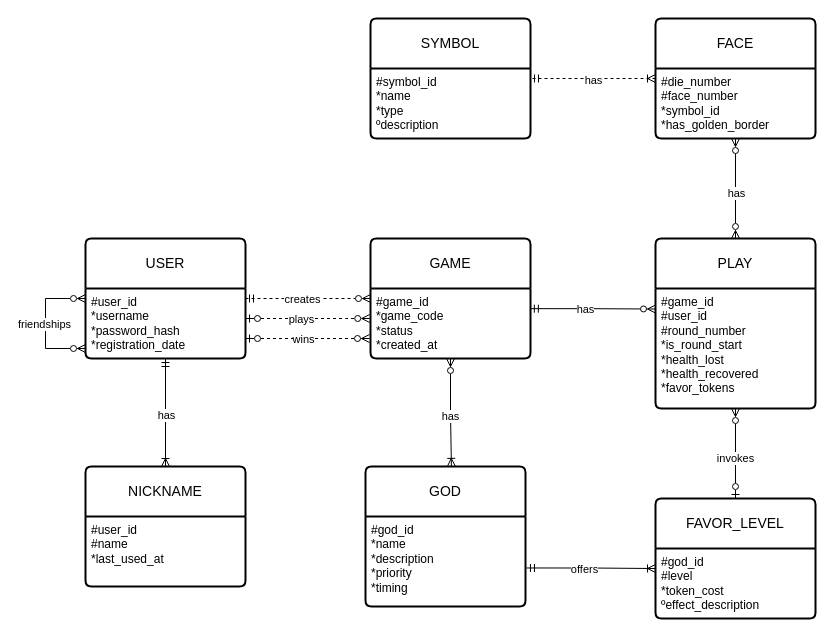
Above: page "orlog-modelo-er" (1 of 2) of diagrams/modelado-proyecto-orlog.drawio in observadoro/mer (draw.io), before the change. Source tidied: cells renumbered, new cells numbered last; positions are measured from the earlier drawing's top-left corner, leaving out a move shared by most shapes. Both pictures are drawn from the tidied source at 100%, with x=0, y=0 at pixel (45, 18).
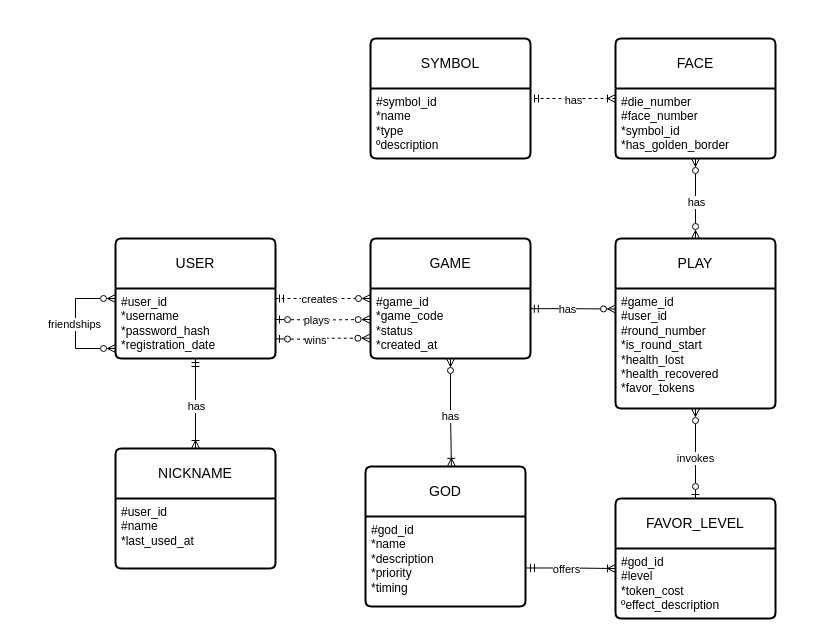
The same diagram, later.

Commit message:
Se actualizó dimensiones.

The change refers to these unchanged cells:
```xml
<mxCell id="9" value="#game_id&lt;div&gt;*game_code&lt;br&gt;&lt;div&gt;*status&lt;/div&gt;&lt;div&gt;*created_at&lt;/div&gt;&lt;div&gt;&lt;br&gt;&lt;/div&gt;&lt;/div&gt;" style="align=left;strokeColor=none;fillColor=none;spacingLeft=4;spacingRight=4;fontSize=12;verticalAlign=top;html=1;whiteSpace=wrap;" parent="8" vertex="1">
  <mxGeometry y="50" width="160" height="70" as="geometry" />
</mxCell>
```

Change to the diagram source:
```diff
@@
     <mxCell id="4" value="USER" style="swimlane;horizontal=1;startSize=50;rounded=1;fontSize=14;fontStyle=0;strokeWidth=2;shadow=0;dashed=0;align=center;arcSize=4;whiteSpace=wrap;html=1;" parent="1" vertex="1">
-      <mxGeometry x="40" y="220" width="160" height="120" as="geometry" />
+      <mxGeometry x="70" y="220" width="160" height="120" as="geometry" />
     </mxCell>
@@
     <mxCell id="14" value="SYMBOL" style="swimlane;horizontal=1;startSize=50;rounded=1;fontSize=14;fontStyle=0;strokeWidth=2;shadow=0;dashed=0;align=center;arcSize=4;whiteSpace=wrap;html=1;" parent="1" vertex="1">
-      <mxGeometry x="325" width="160" height="120" as="geometry" />
+      <mxGeometry x="325" y="20" width="160" height="120" as="geometry" />
     </mxCell>
@@
     <mxCell id="18" value="FAVOR_LEVEL" style="swimlane;horizontal=1;startSize=50;rounded=1;fontSize=14;fontStyle=0;strokeWidth=2;shadow=0;dashed=0;align=center;arcSize=4;whiteSpace=wrap;html=1;" parent="1" vertex="1">
-      <mxGeometry x="610" y="480" width="160" height="120" as="geometry" />
+      <mxGeometry x="570" y="480" width="160" height="120" as="geometry" />
     </mxCell>
@@
     <mxCell id="20" value="NICKNAME" style="swimlane;horizontal=1;startSize=50;rounded=1;fontSize=14;fontStyle=0;strokeWidth=2;shadow=0;dashed=0;align=center;arcSize=4;whiteSpace=wrap;html=1;" parent="1" vertex="1">
-      <mxGeometry x="40" y="448" width="160" height="120" as="geometry" />
+      <mxGeometry x="70" y="430" width="160" height="120" as="geometry" />
     </mxCell>
@@
     <mxCell id="24" value="PLAY" style="swimlane;horizontal=1;startSize=50;rounded=1;fontSize=14;fontStyle=0;strokeWidth=2;shadow=0;dashed=0;align=center;arcSize=4;whiteSpace=wrap;html=1;" parent="1" vertex="1">
-      <mxGeometry x="610" y="220" width="160" height="170" as="geometry" />
+      <mxGeometry x="570" y="220" width="160" height="170" as="geometry" />
     </mxCell>
@@
     <mxCell id="30" value="FACE" style="swimlane;horizontal=1;startSize=50;rounded=1;fontSize=14;fontStyle=0;strokeWidth=2;shadow=0;dashed=0;align=center;arcSize=4;whiteSpace=wrap;html=1;" parent="1" vertex="1">
-      <mxGeometry x="610" width="160" height="120" as="geometry" />
+      <mxGeometry x="570" y="20" width="160" height="120" as="geometry" />
     </mxCell>
@@
-    <mxCell id="34" style="edgeStyle=orthogonalEdgeStyle;rounded=0;jettySize=auto;html=1;defaultLabelBackgroundColor=page;startArrow=ERzeroToOne;startFill=0;endArrow=ERzeroToMany;endFill=0;dashed=1;" parent="1" edge="1" source="4">
-      <mxGeometry x="0.37" relative="1" as="geometry">
-        <mxPoint x="324.2" y="300" as="targetPoint" />
-        <Array as="points">
-          <mxPoint x="300" y="300" />
-        </Array>
-      </mxGeometry>
-    </mxCell>
-    <mxCell id="35" value="plays" style="edgeLabel;html=1;align=center;verticalAlign=middle;inheritText=1;defaultLabelBackgroundColor=page;" parent="34" vertex="1">
-      <mxGeometry x="-0.11" relative="1" as="geometry" />
-    </mxCell>
-    <mxCell id="36" style="edgeStyle=orthogonalEdgeStyle;rounded=0;jettySize=auto;html=1;defaultLabelBackgroundColor=page;startArrow=ERzeroToOne;startFill=0;endArrow=ERzeroToMany;endFill=0;dashed=1;" parent="1" edge="1" source="4">
-      <mxGeometry x="0.32" relative="1" as="geometry">
-        <mxPoint x="324" y="320" as="targetPoint" />
-        <Array as="points">
-          <mxPoint x="262.5" y="320" />
-        </Array>
-      </mxGeometry>
-    </mxCell>
-    <mxCell id="37" value="wins" style="edgeLabel;html=1;align=center;verticalAlign=middle;inheritText=1;defaultLabelBackgroundColor=page;" parent="36" vertex="1">
-      <mxGeometry x="-0.08" relative="1" as="geometry" />
-    </mxCell>
@@
+    <mxCell id="40" style="edgeStyle=orthogonalEdgeStyle;rounded=0;jettySize=auto;html=1;entryX=-0.002;entryY=0.442;entryDx=0;entryDy=0;entryPerimeter=0;defaultLabelBackgroundColor=page;startArrow=ERzeroToOne;startFill=0;endArrow=ERzeroToMany;endFill=0;dashed=1;" parent="1" edge="1" target="9">
+      <mxGeometry relative="1" as="geometry">
+        <mxPoint x="230" y="301" as="sourcePoint" />
+      </mxGeometry>
+    </mxCell>
+    <mxCell id="35" value="plays" style="edgeLabel;html=1;align=center;verticalAlign=middle;inheritText=1;defaultLabelBackgroundColor=page;" parent="40" vertex="1">
+      <mxGeometry x="-0.15" relative="1" as="geometry">
+        <mxPoint x="1" as="offset" />
+      </mxGeometry>
+    </mxCell>
+    <mxCell id="41" style="edgeStyle=orthogonalEdgeStyle;rounded=0;jettySize=auto;html=1;entryX=-0.004;entryY=0.71;entryDx=0;entryDy=0;entryPerimeter=0;defaultLabelBackgroundColor=page;startArrow=ERzeroToOne;startFill=0;endArrow=ERzeroToMany;endFill=0;dashed=1;" parent="1" edge="1" target="9">
+      <mxGeometry x="0.01" relative="1" as="geometry">
+        <mxPoint x="230" y="320.4" as="sourcePoint" />
+      </mxGeometry>
+    </mxCell>
+    <mxCell id="37" value="wins" style="edgeLabel;html=1;align=center;verticalAlign=middle;inheritText=1;defaultLabelBackgroundColor=page;" parent="41" vertex="1">
+      <mxGeometry x="-0.16" y="-1" relative="1" as="geometry" />
+    </mxCell>
```
